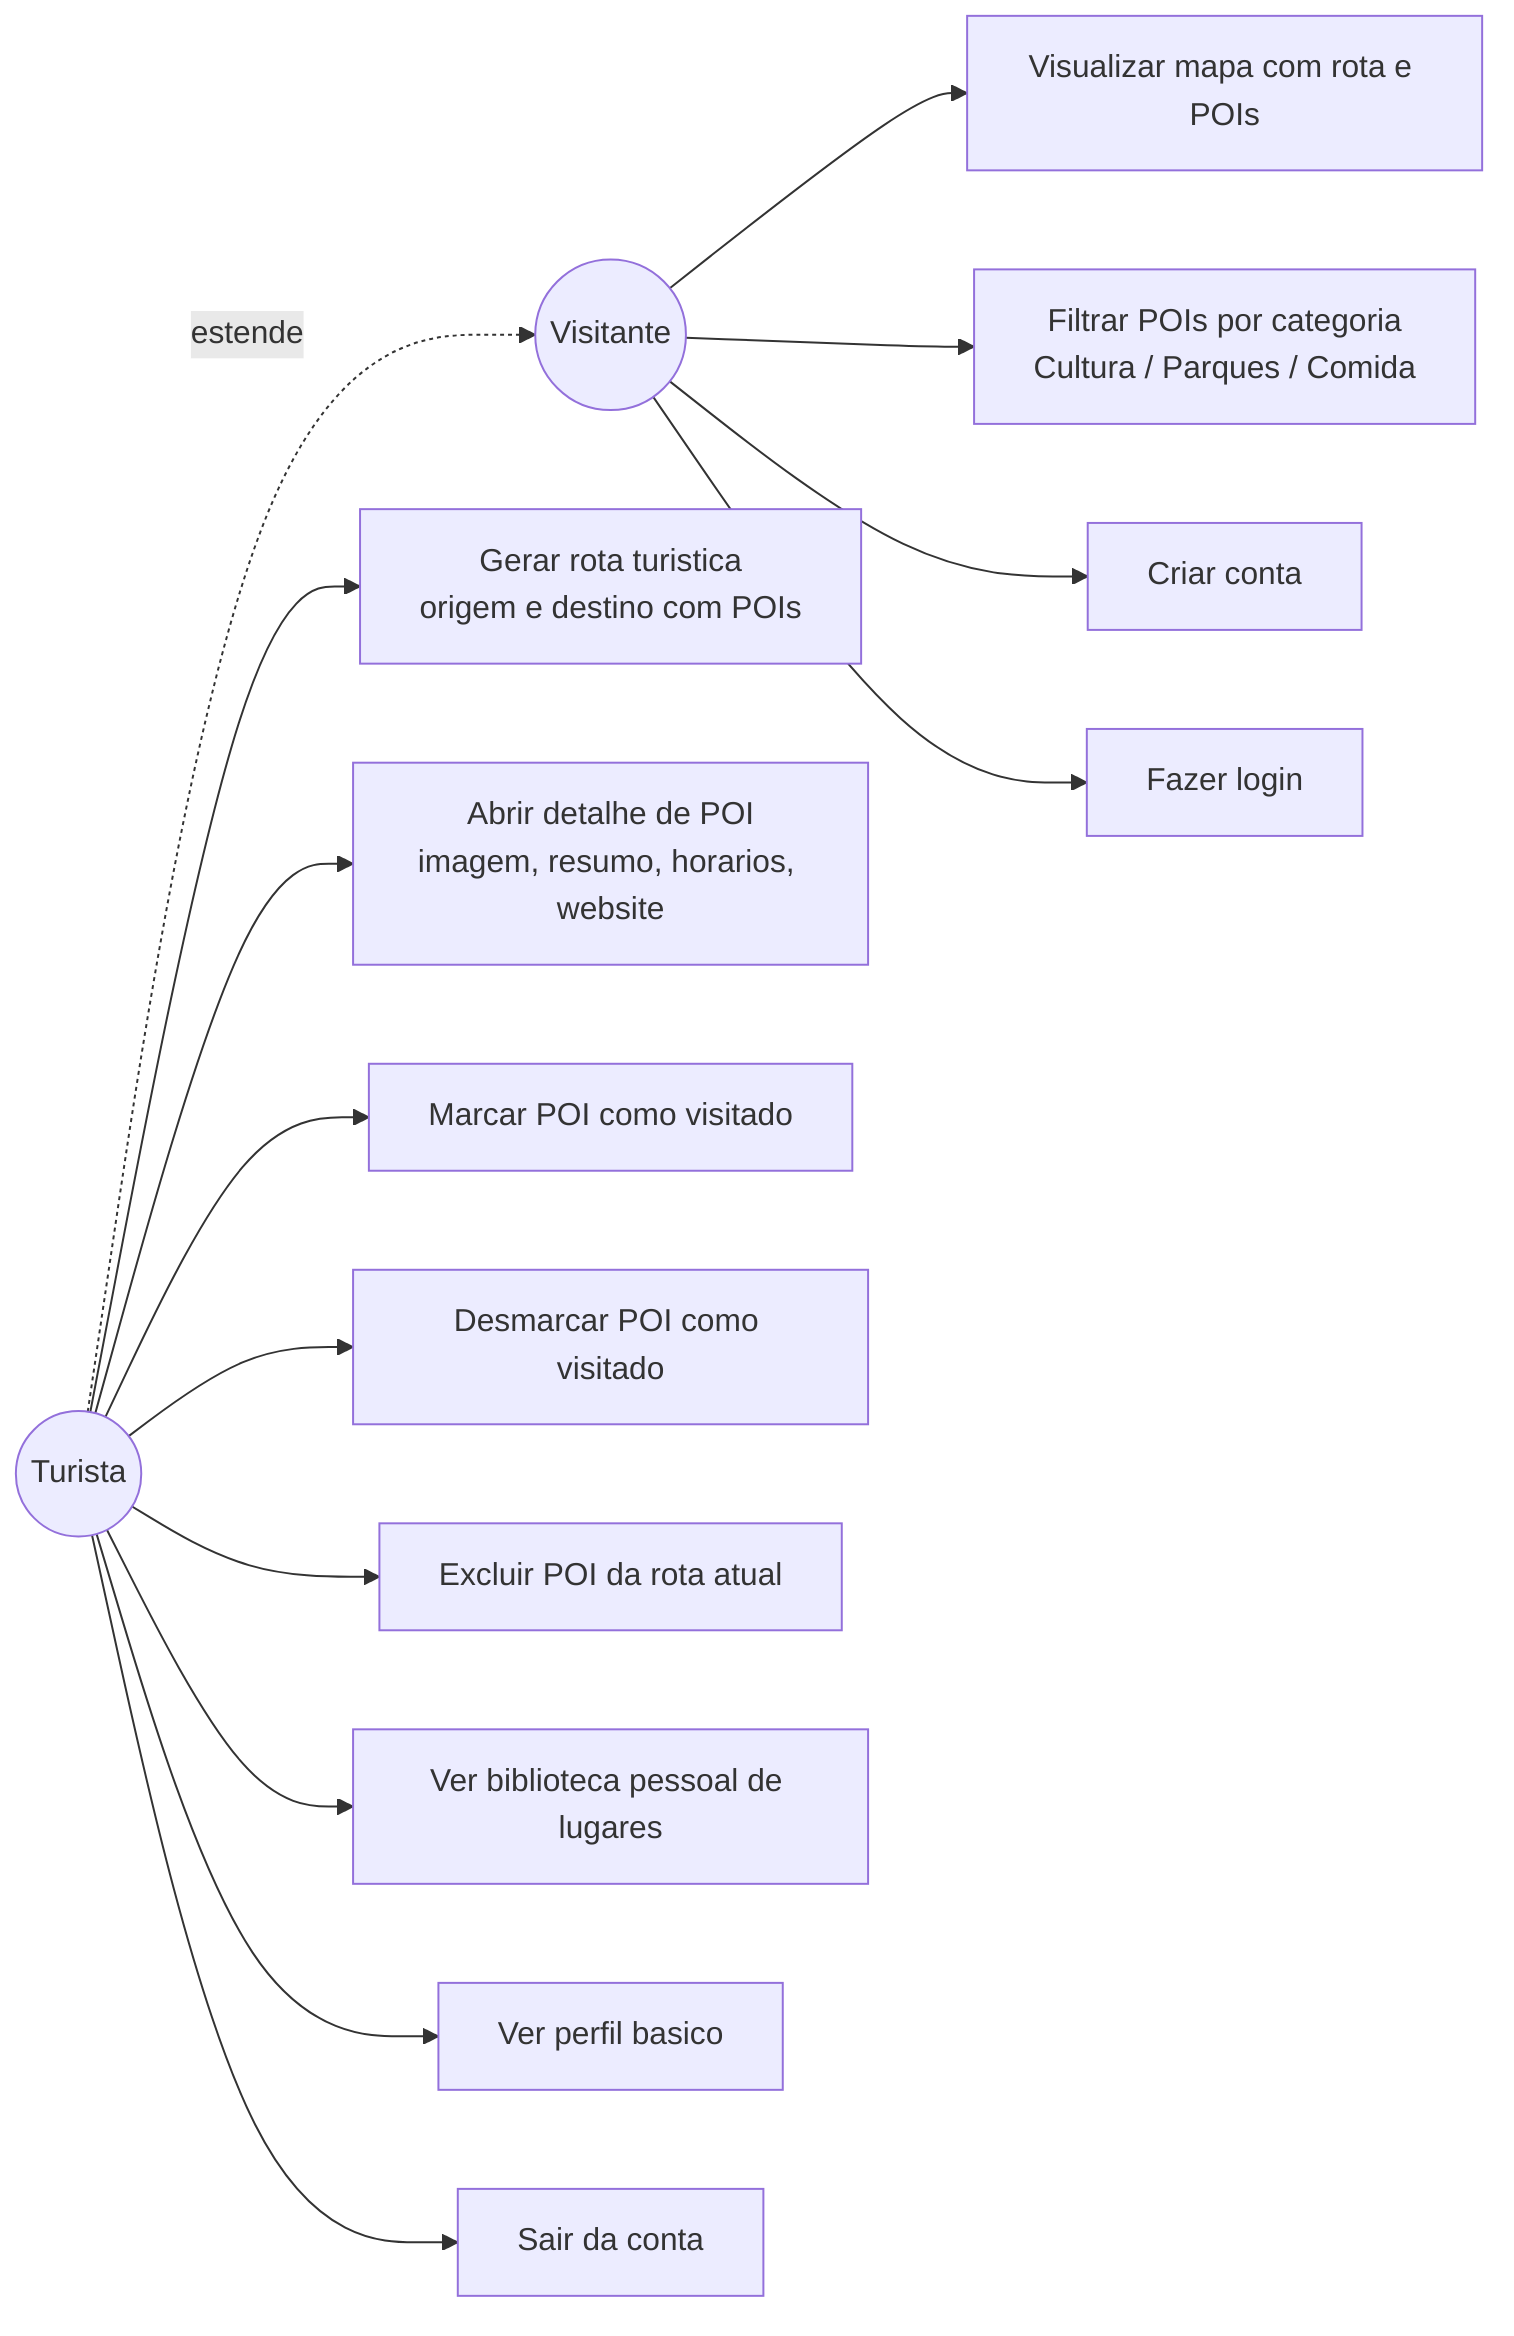
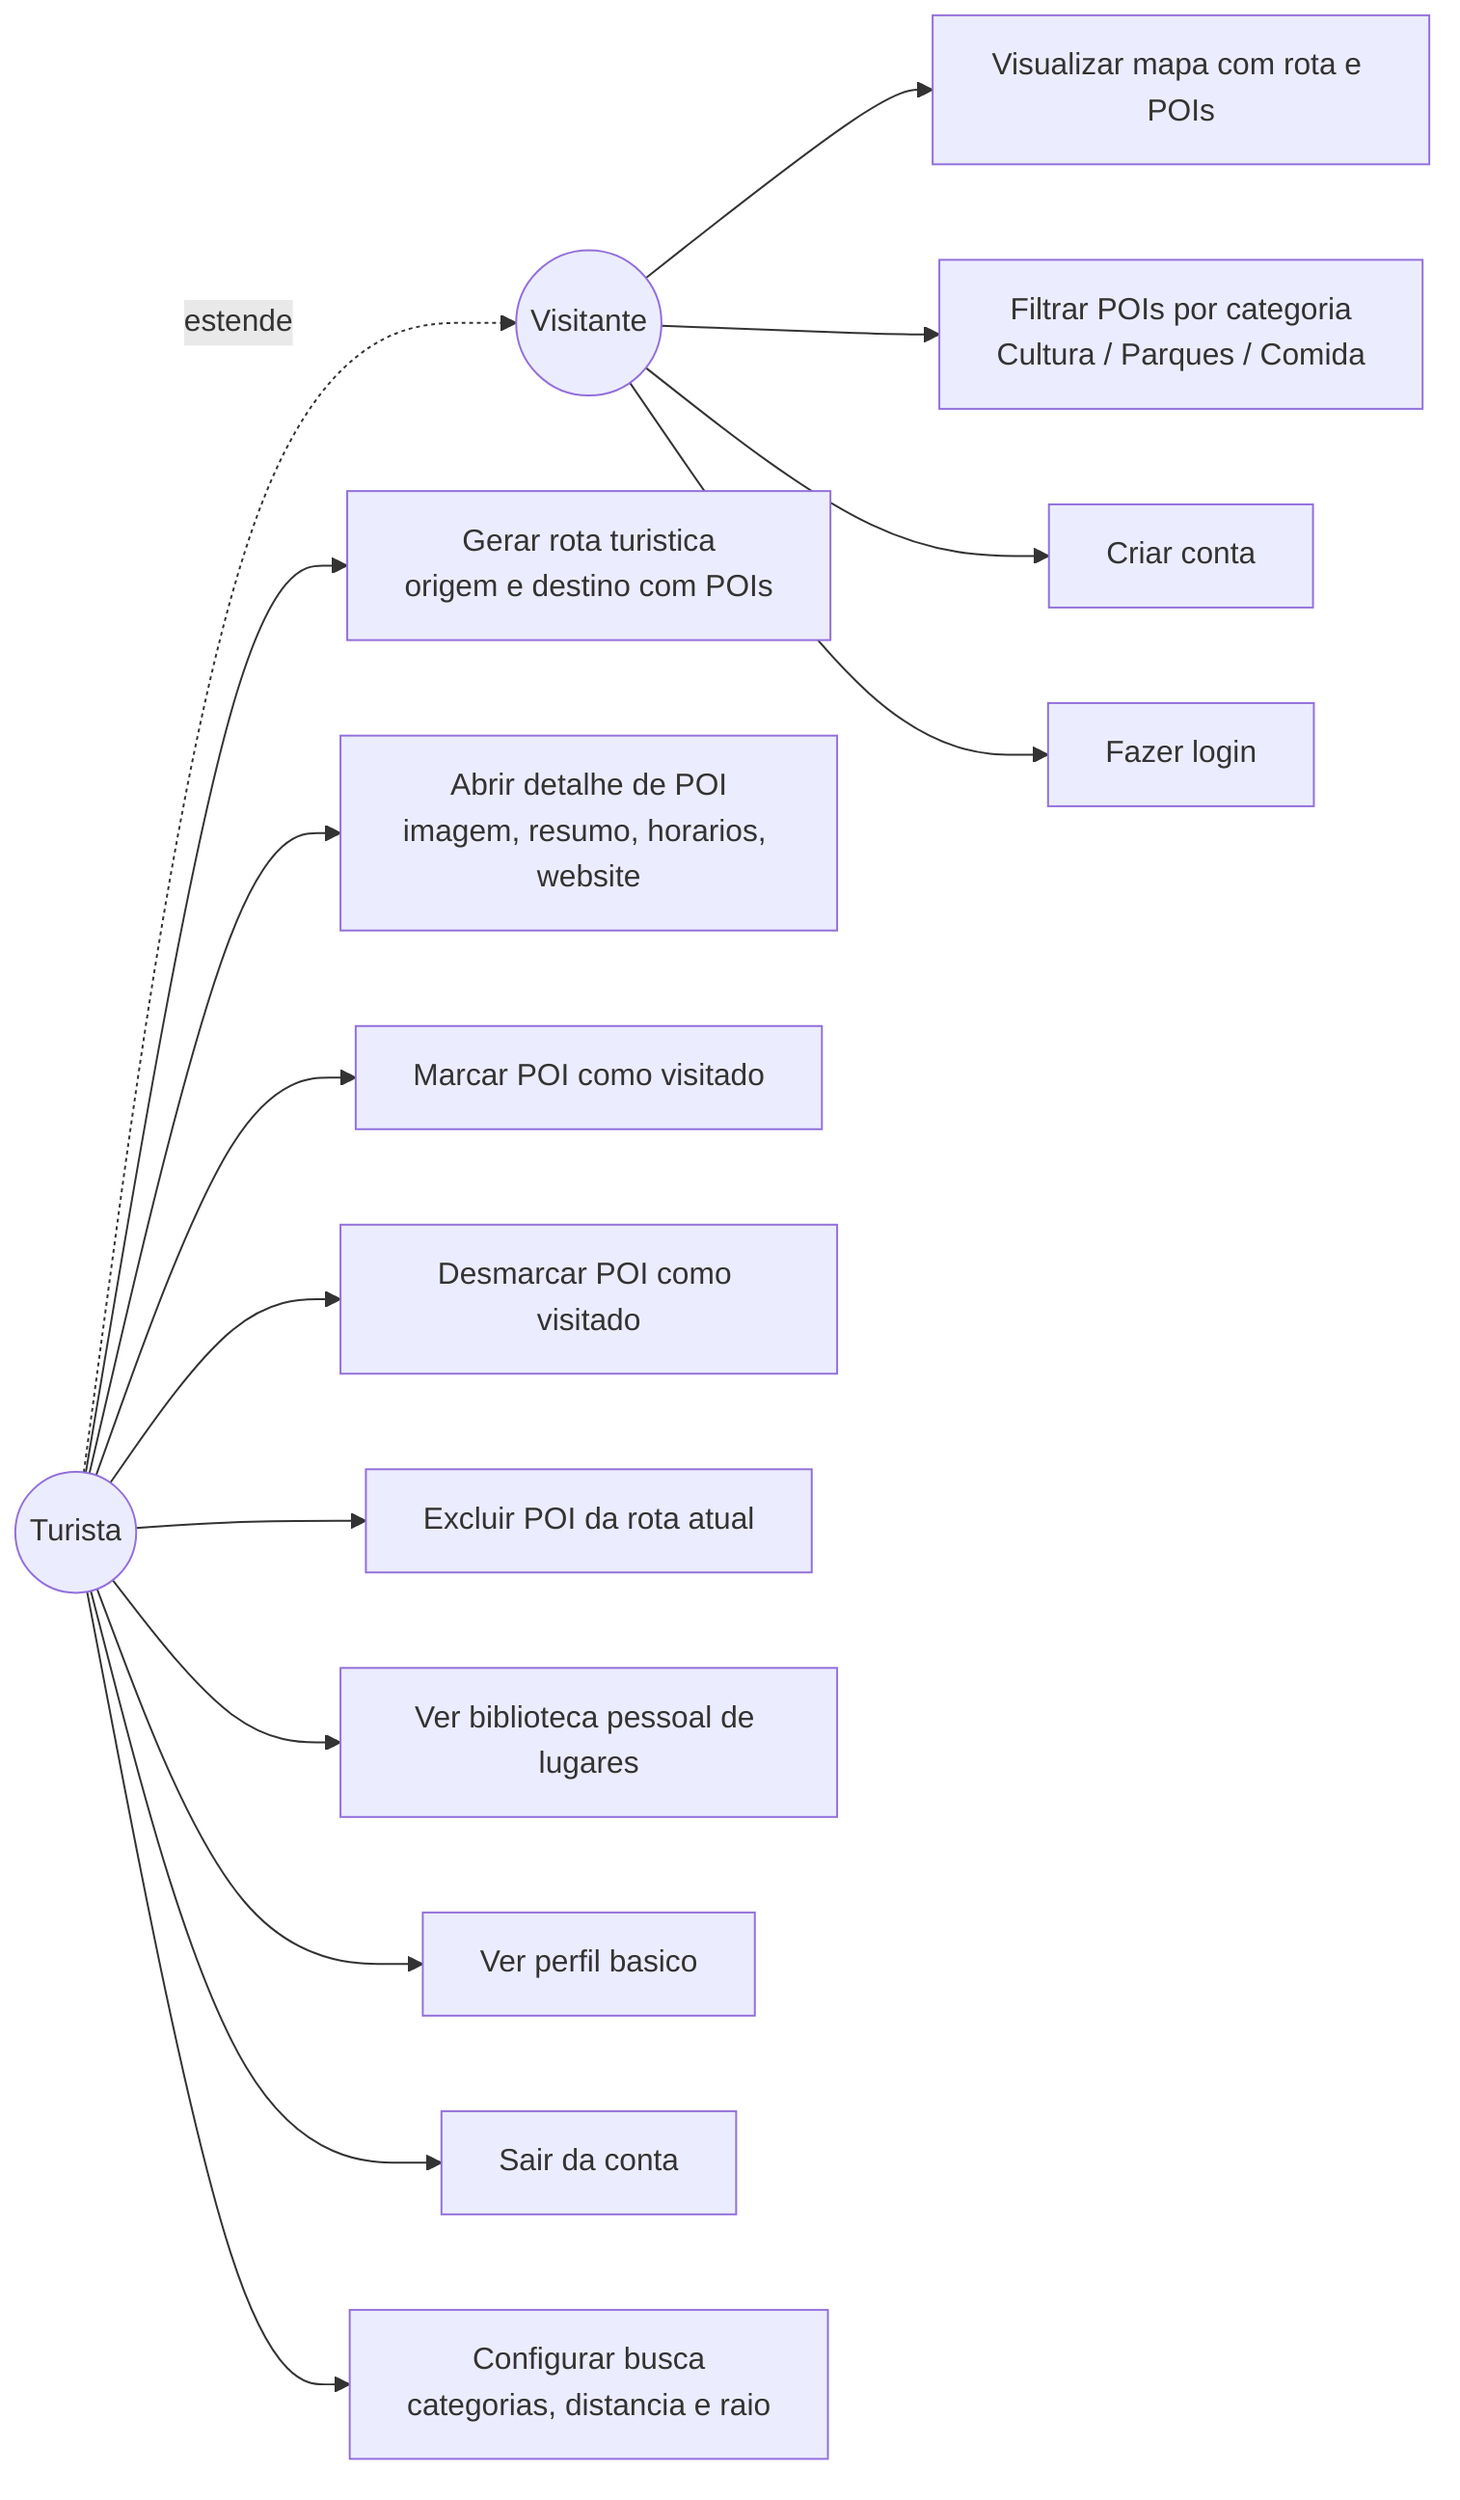
flowchart LR
    Visitante((Visitante))
    Turista((Turista))

    Turista -.->|estende| Visitante

    Visitante --> UC1[Visualizar mapa com rota e POIs]
    Visitante --> UC2[Filtrar POIs por categoria\nCultura / Parques / Comida]
    Visitante --> UC3[Criar conta]
    Visitante --> UC4[Fazer login]

    Turista --> UC5[Gerar rota turistica\norigem e destino com POIs]
    Turista --> UC6[Abrir detalhe de POI\nimagem, resumo, horarios, website]
    Turista --> UC7[Marcar POI como visitado]
    Turista --> UC8[Desmarcar POI como visitado]
    Turista --> UC9[Excluir POI da rota atual]
    Turista --> UC10[Ver biblioteca pessoal de lugares]
    Turista --> UC11[Ver perfil basico]
    Turista --> UC12[Sair da conta]
+     Turista --> UC13[Configurar busca\ncategorias, distancia e raio]
